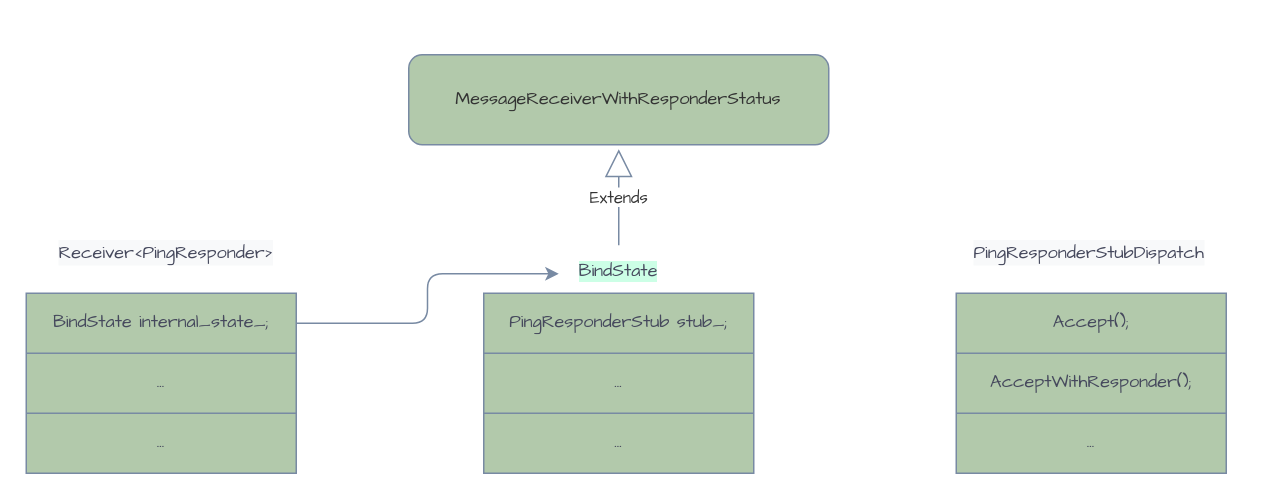
silan-liu/drawio keeps this draw.io diagram as page "Receiver" (3 of 7) of mojo.drawio. Above is the earlier version. Source tidied: cells renumbered, new cells numbered last; positions are measured from the earlier drawing's top-left corner, leaving out a move shared by most shapes. Both pictures are drawn from the tidied source at 150%, with x=0, y=0 at pixel (26, 54).
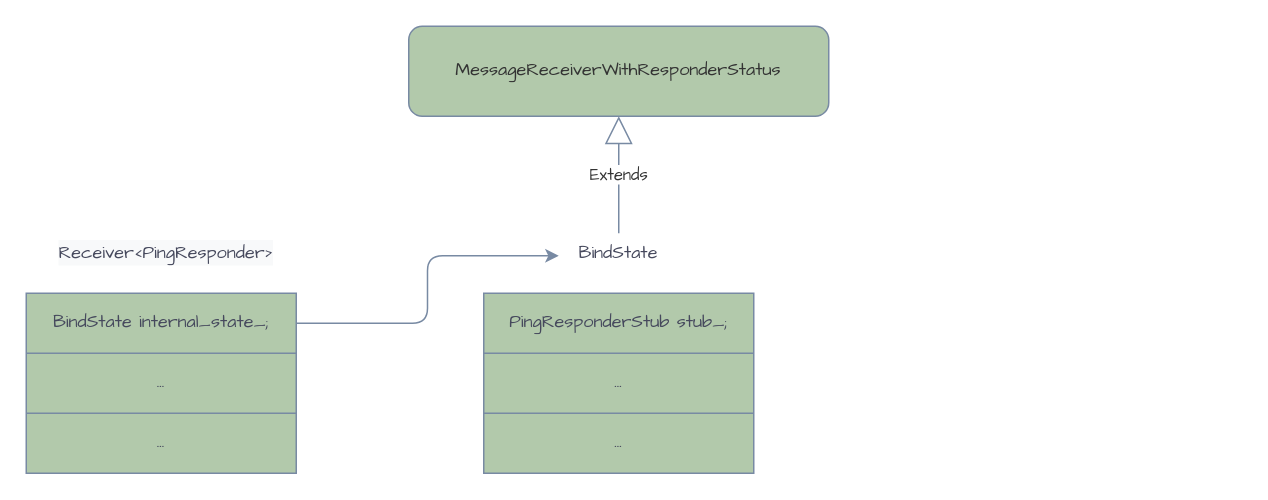
Above is the later version.

What changed in the source:
```diff
@@
-    <mxCell id="9" value="&lt;span style=&quot;color: rgb(70, 73, 93); font-family: &amp;quot;comic sans ms&amp;quot;; font-size: 12px; font-style: normal; font-weight: 400; letter-spacing: normal; text-indent: 0px; text-transform: none; word-spacing: 0px; display: inline; float: none;&quot;&gt;BindState&lt;/span&gt;" style="text;whiteSpace=wrap;html=1;fontFamily=Comic Sans MS;fontColor=#46495D;align=center;labelBackgroundColor=#CCFFE6;labelBorderColor=none;" parent="1" vertex="1">
-      <mxGeometry x="355" y="131" width="80" height="30" as="geometry" />
+    <mxCell id="9" value="&lt;span style=&quot;color: rgb(70, 73, 93); font-family: &amp;quot;comic sans ms&amp;quot;; font-size: 12px; font-style: normal; font-weight: 400; letter-spacing: normal; text-indent: 0px; text-transform: none; word-spacing: 0px; display: inline; float: none;&quot;&gt;BindState&lt;/span&gt;" style="text;whiteSpace=wrap;html=1;fontFamily=Comic Sans MS;align=center;labelBackgroundColor=none;labelBorderColor=none;" parent="1" vertex="1">
+      <mxGeometry x="355" y="119" width="80" height="30" as="geometry" />
     </mxCell>
@@
-    <mxCell id="18" value="&lt;span style=&quot;color: rgb(70, 73, 93); font-family: &amp;quot;comic sans ms&amp;quot;; font-size: 12px; font-style: normal; font-weight: 400; letter-spacing: normal; text-align: center; text-indent: 0px; text-transform: none; word-spacing: 0px; background-color: rgb(248, 249, 250); display: inline; float: none;&quot;&gt;PingResponderStubDispatch&lt;/span&gt;" style="text;whiteSpace=wrap;html=1;fontFamily=Comic Sans MS;fontColor=#46495D;" parent="1" vertex="1">
-      <mxGeometry x="630" y="119" width="180" height="30" as="geometry" />
-    </mxCell>
-    <mxCell id="19" style="shape=table;startSize=0;childLayout=tableLayout;rounded=0;sketch=0;fontFamily=Comic Sans MS;fontColor=#46495D;strokeColor=#788AA3;fillColor=#B2C9AB;" parent="1" vertex="1">
-      <mxGeometry x="620" y="159" width="180" height="120" as="geometry" />
-    </mxCell>
-    <mxCell id="20" style="shape=tableRow;horizontal=0;startSize=0;swimlaneHead=0;swimlaneBody=0;top=0;left=0;bottom=0;right=0;fillColor=none;rounded=0;sketch=0;fontFamily=Comic Sans MS;fontColor=#46495D;strokeColor=#788AA3;" parent="19" vertex="1">
-      <mxGeometry width="180" height="40" as="geometry" />
-    </mxCell>
-    <mxCell id="21" value="&lt;span style=&quot;text-align: left&quot;&gt;Accept();&lt;/span&gt;" style="shape=partialRectangle;html=1;whiteSpace=wrap;overflow=hidden;fillColor=none;top=0;left=0;bottom=0;right=0;rounded=0;sketch=0;fontFamily=Comic Sans MS;fontColor=#46495D;strokeColor=#788AA3;" parent="20" vertex="1">
-      <mxGeometry width="180" height="40" as="geometry" />
-    </mxCell>
-    <mxCell id="22" style="shape=tableRow;horizontal=0;startSize=0;swimlaneHead=0;swimlaneBody=0;top=0;left=0;bottom=0;right=0;fillColor=none;rounded=0;sketch=0;fontFamily=Comic Sans MS;fontColor=#46495D;strokeColor=#788AA3;" parent="19" vertex="1">
-      <mxGeometry y="40" width="180" height="40" as="geometry" />
-    </mxCell>
-    <mxCell id="23" value="&lt;span style=&quot;text-align: left&quot;&gt;AcceptWithResponder();&lt;/span&gt;" style="shape=partialRectangle;html=1;whiteSpace=wrap;overflow=hidden;fillColor=none;top=0;left=0;bottom=0;right=0;rounded=0;sketch=0;fontFamily=Comic Sans MS;fontColor=#46495D;strokeColor=#788AA3;" parent="22" vertex="1">
-      <mxGeometry width="180" height="40" as="geometry" />
-    </mxCell>
-    <mxCell id="24" style="shape=tableRow;horizontal=0;startSize=0;swimlaneHead=0;swimlaneBody=0;top=0;left=0;bottom=0;right=0;fillColor=none;rounded=0;sketch=0;fontFamily=Comic Sans MS;fontColor=#46495D;strokeColor=#788AA3;" parent="19" vertex="1">
-      <mxGeometry y="80" width="180" height="40" as="geometry" />
-    </mxCell>
-    <mxCell id="25" value="..." style="shape=partialRectangle;html=1;whiteSpace=wrap;overflow=hidden;fillColor=none;top=0;left=0;bottom=0;right=0;rounded=0;sketch=0;fontFamily=Comic Sans MS;fontColor=#46495D;strokeColor=#788AA3;" parent="24" vertex="1">
-      <mxGeometry width="180" height="40" as="geometry" />
-    </mxCell>
-    <mxCell id="26" value="Extends" style="endArrow=block;endSize=16;endFill=0;html=1;rounded=1;sketch=0;fontFamily=Comic Sans MS;fontColor=#333333;strokeColor=#788AA3;fillColor=#B2C9AB;curved=0;exitX=0.5;exitY=0;exitDx=0;exitDy=0;entryX=0.5;entryY=1;entryDx=0;entryDy=0;" parent="1" edge="1">
+    <mxCell id="26" value="Extends" style="endArrow=block;endSize=16;endFill=0;html=1;rounded=1;sketch=0;fontFamily=Comic Sans MS;fontColor=#333333;strokeColor=#788AA3;fillColor=#B2C9AB;curved=0;exitX=0.5;exitY=0;exitDx=0;exitDy=0;entryX=0.5;entryY=1;entryDx=0;entryDy=0;" parent="1" edge="1" target="27">
       <mxGeometry relative="1" as="geometry">
-        <mxPoint x="395" y="127" as="sourcePoint" />
-        <mxPoint x="395" y="63" as="targetPoint" />
+        <mxPoint x="395" y="119" as="sourcePoint" />
       </mxGeometry>
     </mxCell>
     <mxCell id="27" value="&lt;span style=&quot;color: rgb(51 , 51 , 51)&quot;&gt;MessageReceiverWithResponderStatus&lt;/span&gt;" style="rounded=1;whiteSpace=wrap;html=1;sketch=0;fontColor=#46495D;strokeColor=#788AA3;fillColor=#B2C9AB;fontFamily=Comic Sans MS;" parent="1" vertex="1">
-      <mxGeometry x="255" width="280" height="60" as="geometry" />
+      <mxGeometry x="255" y="-19" width="280" height="60" as="geometry" />
     </mxCell>
```
